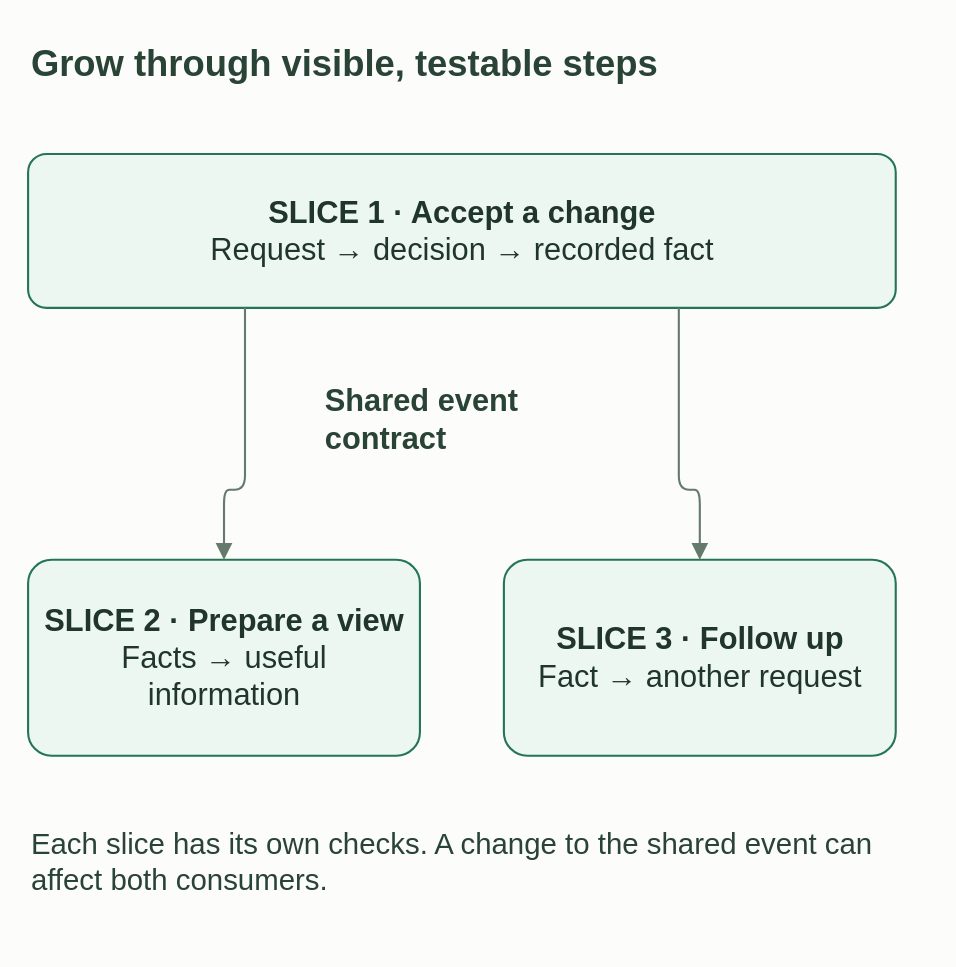
This is website/public/diagrams/growing-by-slices.svg from neohaskell/NeoHaskell, a draw.io export, as it was before one commit. Source tidied: cells renumbered, new cells last; positions are measured from the earlier drawing's top-left corner, leaving out a move shared by most shapes.
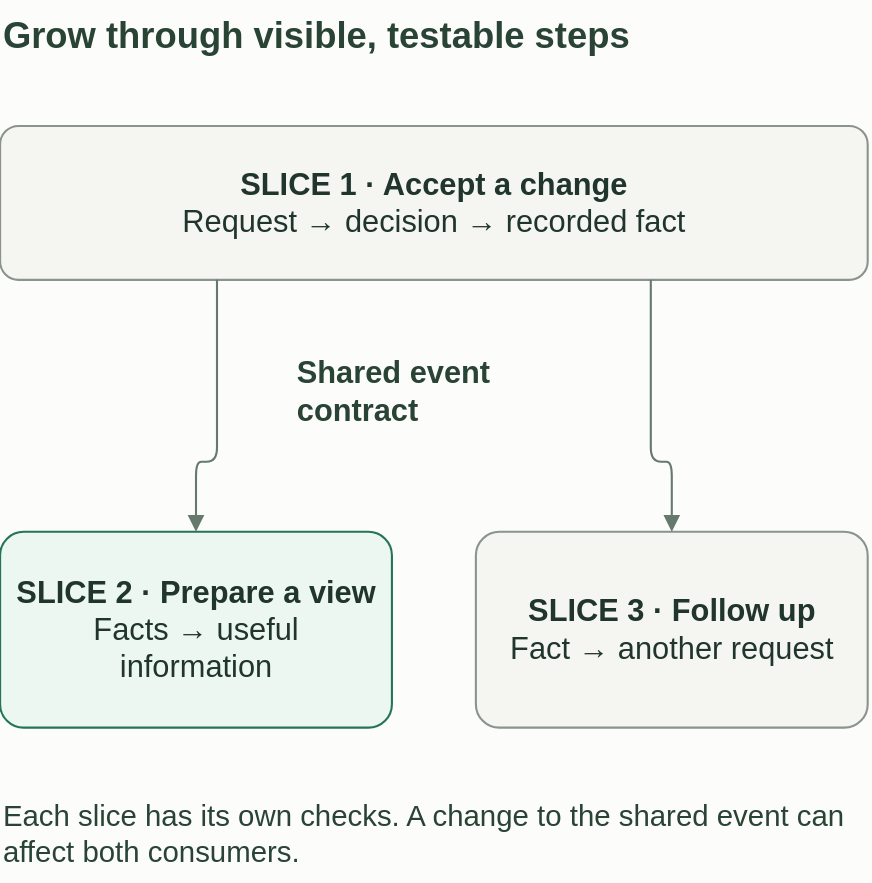
The same file after the commit.

Diff of the diagram source:
```diff
@@ -5,7 +5,7 @@
     <mxCell id="2" value="Grow through visible, testable steps" style="text;html=1;whiteSpace=wrap;align=left;verticalAlign=middle;fontFamily=Helvetica;fontSize=26;fontColor=#294335;fontStyle=1;" parent="1" vertex="1">
       <mxGeometry width="620" height="50" as="geometry" />
     </mxCell>
-    <mxCell id="3" value="&lt;b&gt;SLICE 1 · Accept a change&lt;/b&gt;&lt;br&gt;Request → decision → recorded fact" style="rounded=1;arcSize=12;whiteSpace=wrap;html=1;fontFamily=Helvetica;fontSize=22;fontColor=#20352B;fillColor=#EDF7F1;strokeColor=#247556;strokeWidth=1.5;spacing=12;" parent="1" vertex="1">
+    <mxCell id="3" value="&lt;b&gt;SLICE 1 · Accept a change&lt;/b&gt;&lt;br&gt;Request → decision → recorded fact" style="rounded=1;arcSize=12;whiteSpace=wrap;html=1;fontFamily=Helvetica;fontSize=22;fontColor=#20352B;fillColor=#F5F5F2;strokeColor=#8B948C;strokeWidth=1.5;spacing=12;" parent="1" vertex="1">
       <mxGeometry y="90" width="620" height="110" as="geometry" />
     </mxCell>
     <mxCell id="4" value="Shared event&lt;br&gt;contract" style="text;html=1;whiteSpace=wrap;align=left;verticalAlign=middle;fontFamily=Helvetica;fontSize=22;fontColor=#294335;fontStyle=1;" parent="1" vertex="1">
@@ -14,7 +14,7 @@
     <mxCell id="5" value="&lt;b&gt;SLICE 2 · Prepare a view&lt;/b&gt;&lt;br&gt;Facts → useful information" style="rounded=1;arcSize=12;whiteSpace=wrap;html=1;fontFamily=Helvetica;fontSize=22;fontColor=#20352B;fillColor=#EDF7F1;strokeColor=#247556;strokeWidth=1.5;spacing=12;" parent="1" vertex="1">
       <mxGeometry y="380" width="280" height="140" as="geometry" />
     </mxCell>
-    <mxCell id="6" value="&lt;b&gt;SLICE 3 · Follow up&lt;/b&gt;&lt;br&gt;Fact → another request" style="rounded=1;arcSize=12;whiteSpace=wrap;html=1;fontFamily=Helvetica;fontSize=22;fontColor=#20352B;fillColor=#EDF7F1;strokeColor=#247556;strokeWidth=1.5;spacing=12;" parent="1" vertex="1">
+    <mxCell id="6" value="&lt;b&gt;SLICE 3 · Follow up&lt;/b&gt;&lt;br&gt;Fact → another request" style="rounded=1;arcSize=12;whiteSpace=wrap;html=1;fontFamily=Helvetica;fontSize=22;fontColor=#20352B;fillColor=#F5F5F2;strokeColor=#8B948C;strokeWidth=1.5;spacing=12;" parent="1" vertex="1">
       <mxGeometry x="340" y="380" width="280" height="140" as="geometry" />
     </mxCell>
     <mxCell id="7" style="edgeStyle=orthogonalEdgeStyle;rounded=1;jettySize=auto;html=1;endArrow=block;endSize=8;strokeWidth=1.5;strokeColor=#657A6C;fontFamily=Helvetica;fontSize=19;fontColor=#294335;labelBackgroundColor=#FCFCFA;exitX=0.25;exitY=1;entryX=0.5;entryY=0;" parent="1" edge="1" source="3" target="5">
```
